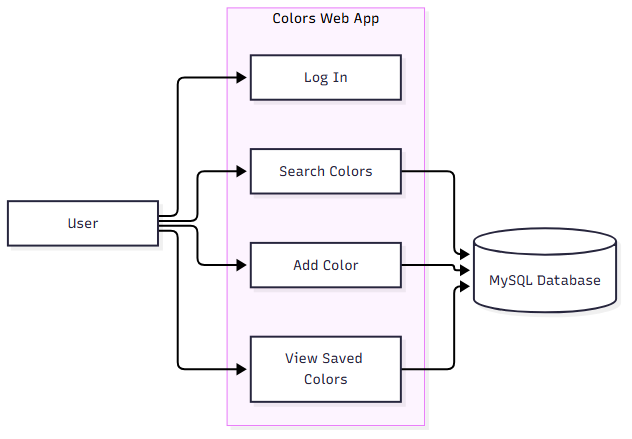
Earlier version of the PlantUML export docs/uml/usecase.png (dangdatbrandon/LAMP-Practice). Its source is kept beside it as docs/uml/usecase.puml.
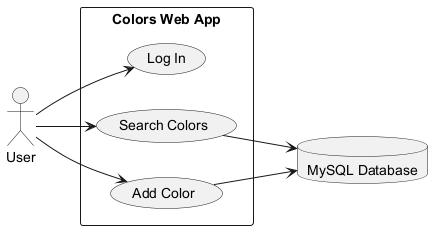
After the change.

What changed in the source:
```diff
@@ -10,14 +10,11 @@
   usecase "Log In" as UC2
   usecase "Search Colors" as UC3
   usecase "Add Color" as UC4
-  usecase "View Saved Colors" as UC5
 }
 
 User --> UC2
 User --> UC3
 User --> UC4
-User --> UC5
 UC3 --> DB
 UC4 --> DB
-UC5 --> DB
 @enduml
```
